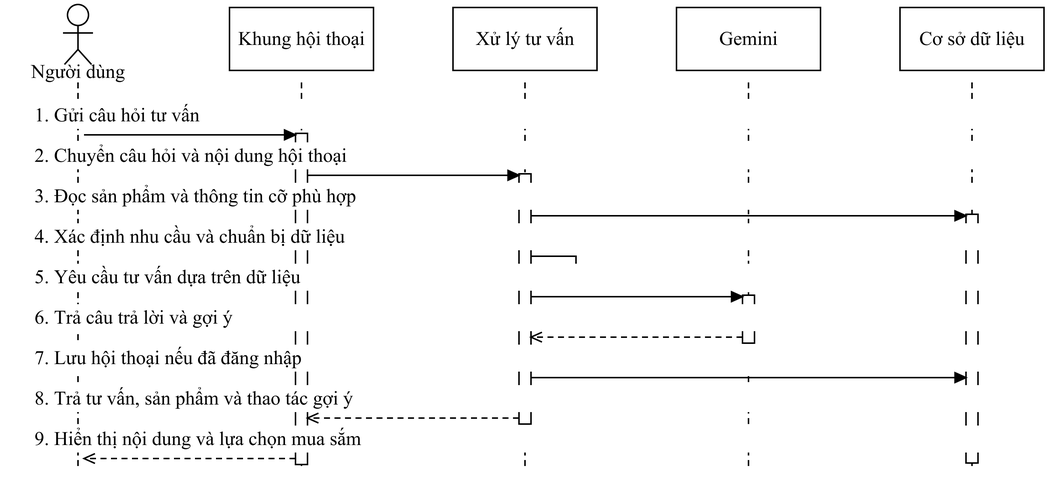
Before: docs/do-an-LSOUL/So-do-LSOUL-rut-gon/anh-png/SEQ-13.png, a diagram exported from draw.io (Loccao102/BanHang). Source tidied: cells renumbered, new cells last; positions are measured from the earlier drawing's top-left corner, leaving out a move shared by most shapes.
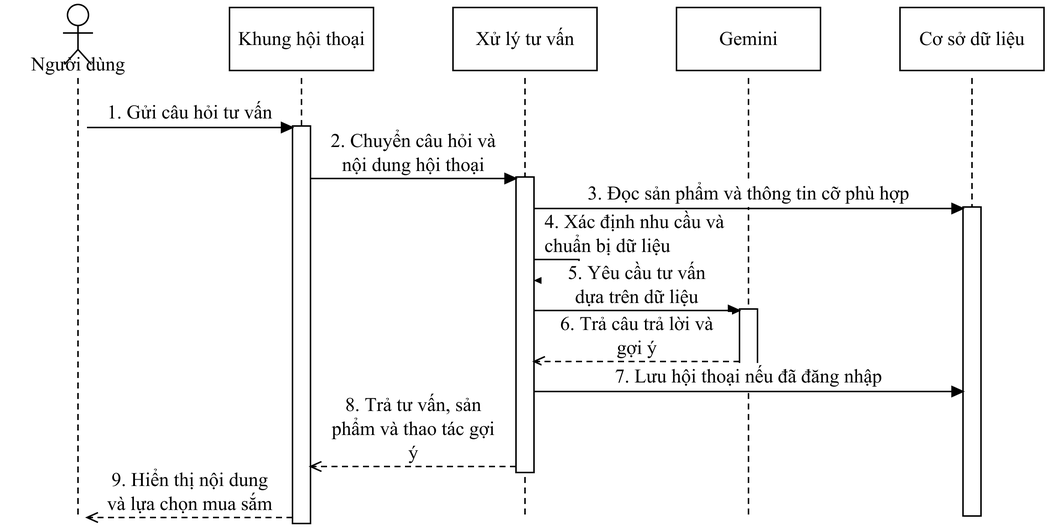
Later version of the same file.

What changed in the source:
```diff
@@ -4,129 +4,129 @@
     <mxCell id="1" parent="0" />
     <mxCell id="2" style="fontFamily=Times New Roman;fontSize=13;fontColor=#000000;strokeColor=#000000;strokeWidth=1;fillColor=#FFFFFF;shadow=0;rounded=0;html=0;whiteSpace=wrap;spacing=5;endArrow=none;endFill=1;startArrow=none;dashed=1;dashPattern=4 3;" parent="1" edge="1">
       <mxGeometry relative="1" as="geometry">
-        <mxPoint x="48" y="52" as="sourcePoint" />
-        <mxPoint x="48" y="308" as="targetPoint" />
+        <mxPoint x="48" y="49" as="sourcePoint" />
+        <mxPoint x="48" y="343" as="targetPoint" />
       </mxGeometry>
     </mxCell>
     <mxCell id="3" style="fontFamily=Times New Roman;fontSize=13;fontColor=#000000;strokeColor=#000000;strokeWidth=1;fillColor=#FFFFFF;shadow=0;rounded=0;html=0;whiteSpace=wrap;spacing=5;endArrow=none;endFill=1;startArrow=none;dashed=1;dashPattern=4 3;" parent="1" edge="1">
       <mxGeometry relative="1" as="geometry">
-        <mxPoint x="197" y="52" as="sourcePoint" />
-        <mxPoint x="197" y="308" as="targetPoint" />
+        <mxPoint x="197" y="49" as="sourcePoint" />
+        <mxPoint x="197" y="343" as="targetPoint" />
       </mxGeometry>
     </mxCell>
     <mxCell id="4" style="fontFamily=Times New Roman;fontSize=13;fontColor=#000000;strokeColor=#000000;strokeWidth=1;fillColor=#FFFFFF;shadow=0;rounded=0;html=0;whiteSpace=wrap;spacing=5;endArrow=none;endFill=1;startArrow=none;dashed=1;dashPattern=4 3;" parent="1" edge="1">
       <mxGeometry relative="1" as="geometry">
-        <mxPoint x="346" y="52" as="sourcePoint" />
-        <mxPoint x="346" y="308" as="targetPoint" />
+        <mxPoint x="346" y="49" as="sourcePoint" />
+        <mxPoint x="346" y="343" as="targetPoint" />
       </mxGeometry>
     </mxCell>
     <mxCell id="5" style="fontFamily=Times New Roman;fontSize=13;fontColor=#000000;strokeColor=#000000;strokeWidth=1;fillColor=#FFFFFF;shadow=0;rounded=0;html=0;whiteSpace=wrap;spacing=5;endArrow=none;endFill=1;startArrow=none;dashed=1;dashPattern=4 3;" parent="1" edge="1">
       <mxGeometry relative="1" as="geometry">
-        <mxPoint x="495" y="52" as="sourcePoint" />
-        <mxPoint x="495" y="308" as="targetPoint" />
+        <mxPoint x="495" y="49" as="sourcePoint" />
+        <mxPoint x="495" y="343" as="targetPoint" />
       </mxGeometry>
     </mxCell>
     <mxCell id="6" style="fontFamily=Times New Roman;fontSize=13;fontColor=#000000;strokeColor=#000000;strokeWidth=1;fillColor=#FFFFFF;shadow=0;rounded=0;html=0;whiteSpace=wrap;spacing=5;endArrow=none;endFill=1;startArrow=none;dashed=1;dashPattern=4 3;" parent="1" edge="1">
       <mxGeometry relative="1" as="geometry">
-        <mxPoint x="644" y="52" as="sourcePoint" />
-        <mxPoint x="644" y="308" as="targetPoint" />
+        <mxPoint x="644" y="49" as="sourcePoint" />
+        <mxPoint x="644" y="343" as="targetPoint" />
       </mxGeometry>
     </mxCell>
     <mxCell id="7" style="fontFamily=Times New Roman;fontSize=13;fontColor=#000000;strokeColor=#000000;strokeWidth=1;fillColor=#FFFFFF;shadow=0;rounded=0;html=0;whiteSpace=wrap;spacing=5;align=center;verticalAlign=middle;" parent="1" vertex="1">
-      <mxGeometry x="491" y="194" width="8" height="32" as="geometry" />
+      <mxGeometry x="489" y="203" width="12" height="39" as="geometry" />
     </mxCell>
     <mxCell id="8" style="fontFamily=Times New Roman;fontSize=13;fontColor=#000000;strokeColor=#000000;strokeWidth=1;fillColor=#FFFFFF;shadow=0;rounded=0;html=0;whiteSpace=wrap;spacing=5;align=center;verticalAlign=middle;" parent="1" vertex="1">
-      <mxGeometry x="342" y="113" width="8" height="167" as="geometry" />
+      <mxGeometry x="340" y="115" width="12" height="197" as="geometry" />
     </mxCell>
     <mxCell id="9" style="fontFamily=Times New Roman;fontSize=13;fontColor=#000000;strokeColor=#000000;strokeWidth=1;fillColor=#FFFFFF;shadow=0;rounded=0;html=0;whiteSpace=wrap;spacing=5;align=center;verticalAlign=middle;" parent="1" vertex="1">
-      <mxGeometry x="193" y="86" width="8" height="221" as="geometry" />
+      <mxGeometry x="191" y="81" width="12" height="265" as="geometry" />
     </mxCell>
     <mxCell id="10" style="fontFamily=Times New Roman;fontSize=13;fontColor=#000000;strokeColor=#000000;strokeWidth=1;fillColor=#FFFFFF;shadow=0;rounded=0;html=0;whiteSpace=wrap;spacing=5;align=center;verticalAlign=middle;" parent="1" vertex="1">
-      <mxGeometry x="640" y="140" width="8" height="166" as="geometry" />
+      <mxGeometry x="638" y="135" width="12" height="206" as="geometry" />
     </mxCell>
-    <mxCell id="11" value="1. Gửi câu hỏi tư vấn" style="fontFamily=Times New Roman;fontSize=13;fontColor=#000000;strokeColor=#000000;strokeWidth=1;fillColor=#FFFFFF;shadow=0;rounded=0;html=0;whiteSpace=wrap;spacing=5;text;strokeColor=none;fillColor=none;align=left;verticalAlign=middle;fillColor=#FFFFFF;" parent="1" vertex="1">
-      <mxGeometry x="14" y="65" width="664" height="18" as="geometry" />
+    <mxCell id="11" value="1. Gửi câu hỏi tư vấn" style="fontFamily=Times New Roman;fontSize=13;fontColor=#000000;strokeColor=#000000;strokeWidth=1;fillColor=#FFFFFF;shadow=0;rounded=0;html=0;whiteSpace=wrap;spacing=5;text;strokeColor=none;fillColor=none;align=center;verticalAlign=middle;fillColor=#FFFFFF;" parent="1" vertex="1">
+      <mxGeometry x="59" y="63" width="127" height="18" as="geometry" />
     </mxCell>
     <mxCell id="12" style="fontFamily=Times New Roman;fontSize=13;fontColor=#000000;strokeColor=#000000;strokeWidth=1;fillColor=#FFFFFF;shadow=0;rounded=0;html=0;whiteSpace=wrap;spacing=5;endArrow=block;endFill=1;startArrow=none;" parent="1" edge="1">
       <mxGeometry relative="1" as="geometry">
-        <mxPoint x="52" y="87" as="sourcePoint" />
-        <mxPoint x="193" y="87" as="targetPoint" />
+        <mxPoint x="54" y="82" as="sourcePoint" />
+        <mxPoint x="191" y="82" as="targetPoint" />
       </mxGeometry>
     </mxCell>
-    <mxCell id="13" value="2. Chuyển câu hỏi và nội dung hội thoại" style="fontFamily=Times New Roman;fontSize=13;fontColor=#000000;strokeColor=#000000;strokeWidth=1;fillColor=#FFFFFF;shadow=0;rounded=0;html=0;whiteSpace=wrap;spacing=5;text;strokeColor=none;fillColor=none;align=left;verticalAlign=middle;fillColor=#FFFFFF;" parent="1" vertex="1">
-      <mxGeometry x="14" y="92" width="664" height="18" as="geometry" />
+    <mxCell id="13" value="2. Chuyển câu hỏi và&#10;nội dung hội thoại" style="fontFamily=Times New Roman;fontSize=13;fontColor=#000000;strokeColor=#000000;strokeWidth=1;fillColor=#FFFFFF;shadow=0;rounded=0;html=0;whiteSpace=wrap;spacing=5;text;strokeColor=none;fillColor=none;align=center;verticalAlign=middle;fillColor=#FFFFFF;" parent="1" vertex="1">
+      <mxGeometry x="208" y="83" width="127" height="32" as="geometry" />
     </mxCell>
     <mxCell id="14" style="fontFamily=Times New Roman;fontSize=13;fontColor=#000000;strokeColor=#000000;strokeWidth=1;fillColor=#FFFFFF;shadow=0;rounded=0;html=0;whiteSpace=wrap;spacing=5;endArrow=block;endFill=1;startArrow=none;" parent="1" edge="1">
       <mxGeometry relative="1" as="geometry">
-        <mxPoint x="201" y="114" as="sourcePoint" />
-        <mxPoint x="342" y="114" as="targetPoint" />
+        <mxPoint x="203" y="116" as="sourcePoint" />
+        <mxPoint x="340" y="116" as="targetPoint" />
       </mxGeometry>
     </mxCell>
-    <mxCell id="15" value="3. Đọc sản phẩm và thông tin cỡ phù hợp" style="fontFamily=Times New Roman;fontSize=13;fontColor=#000000;strokeColor=#000000;strokeWidth=1;fillColor=#FFFFFF;shadow=0;rounded=0;html=0;whiteSpace=wrap;spacing=5;text;strokeColor=none;fillColor=none;align=left;verticalAlign=middle;fillColor=#FFFFFF;" parent="1" vertex="1">
-      <mxGeometry x="14" y="119" width="664" height="18" as="geometry" />
+    <mxCell id="15" value="3. Đọc sản phẩm và thông tin cỡ phù hợp" style="fontFamily=Times New Roman;fontSize=13;fontColor=#000000;strokeColor=#000000;strokeWidth=1;fillColor=#FFFFFF;shadow=0;rounded=0;html=0;whiteSpace=wrap;spacing=5;text;strokeColor=none;fillColor=none;align=center;verticalAlign=middle;fillColor=#FFFFFF;" parent="1" vertex="1">
+      <mxGeometry x="357" y="117" width="276" height="18" as="geometry" />
     </mxCell>
     <mxCell id="16" style="fontFamily=Times New Roman;fontSize=13;fontColor=#000000;strokeColor=#000000;strokeWidth=1;fillColor=#FFFFFF;shadow=0;rounded=0;html=0;whiteSpace=wrap;spacing=5;endArrow=block;endFill=1;startArrow=none;" parent="1" edge="1">
       <mxGeometry relative="1" as="geometry">
-        <mxPoint x="350" y="141" as="sourcePoint" />
-        <mxPoint x="640" y="141" as="targetPoint" />
+        <mxPoint x="352" y="136" as="sourcePoint" />
+        <mxPoint x="638" y="136" as="targetPoint" />
       </mxGeometry>
     </mxCell>
-    <mxCell id="17" value="4. Xác định nhu cầu và chuẩn bị dữ liệu" style="fontFamily=Times New Roman;fontSize=13;fontColor=#000000;strokeColor=#000000;strokeWidth=1;fillColor=#FFFFFF;shadow=0;rounded=0;html=0;whiteSpace=wrap;spacing=5;text;strokeColor=none;fillColor=none;align=left;verticalAlign=middle;fillColor=#FFFFFF;" parent="1" vertex="1">
-      <mxGeometry x="14" y="146" width="664" height="18" as="geometry" />
+    <mxCell id="17" value="4. Xác định nhu cầu và&#10;chuẩn bị dữ liệu" style="fontFamily=Times New Roman;fontSize=13;fontColor=#000000;strokeColor=#000000;strokeWidth=1;fillColor=#FFFFFF;shadow=0;rounded=0;html=0;whiteSpace=wrap;spacing=5;text;strokeColor=none;fillColor=none;align=left;verticalAlign=middle;fillColor=#FFFFFF;" parent="1" vertex="1">
+      <mxGeometry x="354" y="137" width="136" height="32" as="geometry" />
     </mxCell>
     <mxCell id="18" style="fontFamily=Times New Roman;fontSize=13;fontColor=#000000;strokeColor=#000000;strokeWidth=1;fillColor=#FFFFFF;shadow=0;rounded=0;html=0;whiteSpace=wrap;spacing=5;endArrow=block;endFill=1;startArrow=none;" parent="1" edge="1">
       <mxGeometry relative="1" as="geometry">
-        <mxPoint x="350" y="168" as="sourcePoint" />
-        <mxPoint x="351" y="180" as="targetPoint" />
+        <mxPoint x="352" y="170" as="sourcePoint" />
+        <mxPoint x="353" y="184" as="targetPoint" />
         <Array as="points">
-          <mxPoint x="380" y="168" />
-          <mxPoint x="380" y="180" />
+          <mxPoint x="382" y="170" />
+          <mxPoint x="382" y="184" />
         </Array>
       </mxGeometry>
     </mxCell>
-    <mxCell id="19" value="5. Yêu cầu tư vấn dựa trên dữ liệu" style="fontFamily=Times New Roman;fontSize=13;fontColor=#000000;strokeColor=#000000;strokeWidth=1;fillColor=#FFFFFF;shadow=0;rounded=0;html=0;whiteSpace=wrap;spacing=5;text;strokeColor=none;fillColor=none;align=left;verticalAlign=middle;fillColor=#FFFFFF;" parent="1" vertex="1">
-      <mxGeometry x="14" y="173" width="664" height="18" as="geometry" />
+    <mxCell id="19" value="5. Yêu cầu tư vấn&#10;dựa trên dữ liệu" style="fontFamily=Times New Roman;fontSize=13;fontColor=#000000;strokeColor=#000000;strokeWidth=1;fillColor=#FFFFFF;shadow=0;rounded=0;html=0;whiteSpace=wrap;spacing=5;text;strokeColor=none;fillColor=none;align=center;verticalAlign=middle;fillColor=#FFFFFF;" parent="1" vertex="1">
+      <mxGeometry x="357" y="171" width="127" height="32" as="geometry" />
     </mxCell>
     <mxCell id="20" style="fontFamily=Times New Roman;fontSize=13;fontColor=#000000;strokeColor=#000000;strokeWidth=1;fillColor=#FFFFFF;shadow=0;rounded=0;html=0;whiteSpace=wrap;spacing=5;endArrow=block;endFill=1;startArrow=none;" parent="1" edge="1">
       <mxGeometry relative="1" as="geometry">
-        <mxPoint x="350" y="195" as="sourcePoint" />
-        <mxPoint x="491" y="195" as="targetPoint" />
+        <mxPoint x="352" y="204" as="sourcePoint" />
+        <mxPoint x="489" y="204" as="targetPoint" />
       </mxGeometry>
     </mxCell>
-    <mxCell id="21" value="6. Trả câu trả lời và gợi ý" style="fontFamily=Times New Roman;fontSize=13;fontColor=#000000;strokeColor=#000000;strokeWidth=1;fillColor=#FFFFFF;shadow=0;rounded=0;html=0;whiteSpace=wrap;spacing=5;text;strokeColor=none;fillColor=none;align=left;verticalAlign=middle;fillColor=#FFFFFF;" parent="1" vertex="1">
-      <mxGeometry x="14" y="200" width="664" height="18" as="geometry" />
+    <mxCell id="21" value="6. Trả câu trả lời và&#10;gợi ý" style="fontFamily=Times New Roman;fontSize=13;fontColor=#000000;strokeColor=#000000;strokeWidth=1;fillColor=#FFFFFF;shadow=0;rounded=0;html=0;whiteSpace=wrap;spacing=5;text;strokeColor=none;fillColor=none;align=center;verticalAlign=middle;fillColor=#FFFFFF;" parent="1" vertex="1">
+      <mxGeometry x="357" y="205" width="127" height="32" as="geometry" />
     </mxCell>
     <mxCell id="22" style="fontFamily=Times New Roman;fontSize=13;fontColor=#000000;strokeColor=#000000;strokeWidth=1;fillColor=#FFFFFF;shadow=0;rounded=0;html=0;whiteSpace=wrap;spacing=5;endArrow=open;endFill=1;startArrow=none;dashed=1;dashPattern=4 3;" parent="1" edge="1">
       <mxGeometry relative="1" as="geometry">
-        <mxPoint x="491" y="222" as="sourcePoint" />
-        <mxPoint x="350" y="222" as="targetPoint" />
+        <mxPoint x="489" y="238" as="sourcePoint" />
+        <mxPoint x="352" y="238" as="targetPoint" />
       </mxGeometry>
     </mxCell>
-    <mxCell id="23" value="7. Lưu hội thoại nếu đã đăng nhập" style="fontFamily=Times New Roman;fontSize=13;fontColor=#000000;strokeColor=#000000;strokeWidth=1;fillColor=#FFFFFF;shadow=0;rounded=0;html=0;whiteSpace=wrap;spacing=5;text;strokeColor=none;fillColor=none;align=left;verticalAlign=middle;fillColor=#FFFFFF;" parent="1" vertex="1">
-      <mxGeometry x="14" y="227" width="664" height="18" as="geometry" />
+    <mxCell id="23" value="7. Lưu hội thoại nếu đã đăng nhập" style="fontFamily=Times New Roman;fontSize=13;fontColor=#000000;strokeColor=#000000;strokeWidth=1;fillColor=#FFFFFF;shadow=0;rounded=0;html=0;whiteSpace=wrap;spacing=5;text;strokeColor=none;fillColor=none;align=center;verticalAlign=middle;fillColor=#FFFFFF;" parent="1" vertex="1">
+      <mxGeometry x="357" y="239" width="276" height="18" as="geometry" />
     </mxCell>
     <mxCell id="24" style="fontFamily=Times New Roman;fontSize=13;fontColor=#000000;strokeColor=#000000;strokeWidth=1;fillColor=#FFFFFF;shadow=0;rounded=0;html=0;whiteSpace=wrap;spacing=5;endArrow=block;endFill=1;startArrow=none;" parent="1" edge="1">
       <mxGeometry relative="1" as="geometry">
-        <mxPoint x="350" y="249" as="sourcePoint" />
-        <mxPoint x="640" y="249" as="targetPoint" />
+        <mxPoint x="352" y="258" as="sourcePoint" />
+        <mxPoint x="638" y="258" as="targetPoint" />
       </mxGeometry>
     </mxCell>
-    <mxCell id="25" value="8. Trả tư vấn, sản phẩm và thao tác gợi ý" style="fontFamily=Times New Roman;fontSize=13;fontColor=#000000;strokeColor=#000000;strokeWidth=1;fillColor=#FFFFFF;shadow=0;rounded=0;html=0;whiteSpace=wrap;spacing=5;text;strokeColor=none;fillColor=none;align=left;verticalAlign=middle;fillColor=#FFFFFF;" parent="1" vertex="1">
-      <mxGeometry x="14" y="254" width="664" height="18" as="geometry" />
+    <mxCell id="25" value="8. Trả tư vấn, sản&#10;phẩm và thao tác gợi&#10;ý" style="fontFamily=Times New Roman;fontSize=13;fontColor=#000000;strokeColor=#000000;strokeWidth=1;fillColor=#FFFFFF;shadow=0;rounded=0;html=0;whiteSpace=wrap;spacing=5;text;strokeColor=none;fillColor=none;align=center;verticalAlign=middle;fillColor=#FFFFFF;" parent="1" vertex="1">
+      <mxGeometry x="208" y="259" width="127" height="48" as="geometry" />
     </mxCell>
     <mxCell id="26" style="fontFamily=Times New Roman;fontSize=13;fontColor=#000000;strokeColor=#000000;strokeWidth=1;fillColor=#FFFFFF;shadow=0;rounded=0;html=0;whiteSpace=wrap;spacing=5;endArrow=open;endFill=1;startArrow=none;dashed=1;dashPattern=4 3;" parent="1" edge="1">
       <mxGeometry relative="1" as="geometry">
-        <mxPoint x="342" y="276" as="sourcePoint" />
-        <mxPoint x="201" y="276" as="targetPoint" />
+        <mxPoint x="340" y="308" as="sourcePoint" />
+        <mxPoint x="203" y="308" as="targetPoint" />
       </mxGeometry>
     </mxCell>
-    <mxCell id="27" value="9. Hiển thị nội dung và lựa chọn mua sắm" style="fontFamily=Times New Roman;fontSize=13;fontColor=#000000;strokeColor=#000000;strokeWidth=1;fillColor=#FFFFFF;shadow=0;rounded=0;html=0;whiteSpace=wrap;spacing=5;text;strokeColor=none;fillColor=none;align=left;verticalAlign=middle;fillColor=#FFFFFF;" parent="1" vertex="1">
-      <mxGeometry x="14" y="281" width="664" height="18" as="geometry" />
+    <mxCell id="27" value="9. Hiển thị nội dung&#10;và lựa chọn mua sắm" style="fontFamily=Times New Roman;fontSize=13;fontColor=#000000;strokeColor=#000000;strokeWidth=1;fillColor=#FFFFFF;shadow=0;rounded=0;html=0;whiteSpace=wrap;spacing=5;text;strokeColor=none;fillColor=none;align=center;verticalAlign=middle;fillColor=#FFFFFF;" parent="1" vertex="1">
+      <mxGeometry x="59" y="309" width="127" height="32" as="geometry" />
     </mxCell>
     <mxCell id="28" style="fontFamily=Times New Roman;fontSize=13;fontColor=#000000;strokeColor=#000000;strokeWidth=1;fillColor=#FFFFFF;shadow=0;rounded=0;html=0;whiteSpace=wrap;spacing=5;endArrow=open;endFill=1;startArrow=none;dashed=1;dashPattern=4 3;" parent="1" edge="1">
       <mxGeometry relative="1" as="geometry">
-        <mxPoint x="193" y="303" as="sourcePoint" />
-        <mxPoint x="52" y="303" as="targetPoint" />
+        <mxPoint x="191" y="342" as="sourcePoint" />
+        <mxPoint x="54" y="342" as="targetPoint" />
       </mxGeometry>
     </mxCell>
     <mxCell id="29" style="fontFamily=Times New Roman;fontSize=13;fontColor=#000000;strokeColor=#000000;strokeWidth=1;fillColor=#FFFFFF;shadow=0;rounded=0;html=0;whiteSpace=wrap;spacing=5;ellipse;perimeter=ellipsePerimeter;align=center;verticalAlign=middle;" parent="1" vertex="1">
@@ -157,7 +157,7 @@
       </mxGeometry>
     </mxCell>
     <mxCell id="34" value="Người dùng" style="fontFamily=Times New Roman;fontSize=13;fontColor=#000000;strokeColor=#000000;strokeWidth=1;fillColor=#FFFFFF;shadow=0;rounded=0;html=0;whiteSpace=wrap;spacing=5;text;strokeColor=none;fillColor=none;align=center;verticalAlign=middle;" parent="1" vertex="1">
-      <mxGeometry y="37" width="96" height="16" as="geometry" />
+      <mxGeometry y="32" width="96" height="16" as="geometry" />
     </mxCell>
     <mxCell id="35" value="Khung hội thoại" style="fontFamily=Times New Roman;fontSize=13;fontColor=#000000;strokeColor=#000000;strokeWidth=1;fillColor=#FFFFFF;shadow=0;rounded=0;html=0;whiteSpace=wrap;spacing=5;align=center;verticalAlign=middle;" parent="1" vertex="1">
       <mxGeometry x="149" y="2" width="96" height="42" as="geometry" />
```
